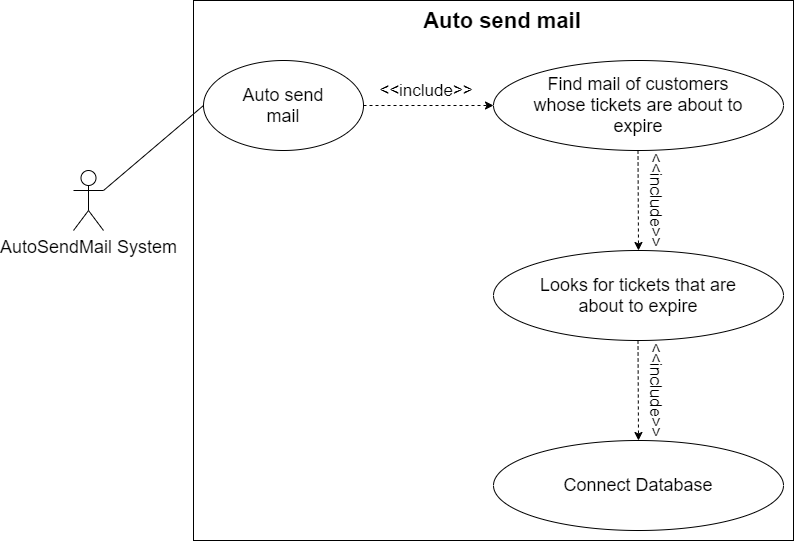
chauluong1995/C0620G1-LuongPhuChau keeps this draw.io diagram as module6/sprint-2/create_details_design/use-case-mail-auto.png. Above is the earlier version. Source tidied: cells renumbered, new cells last; positions are measured from the earlier drawing's top-left corner, leaving out a move shared by most shapes.
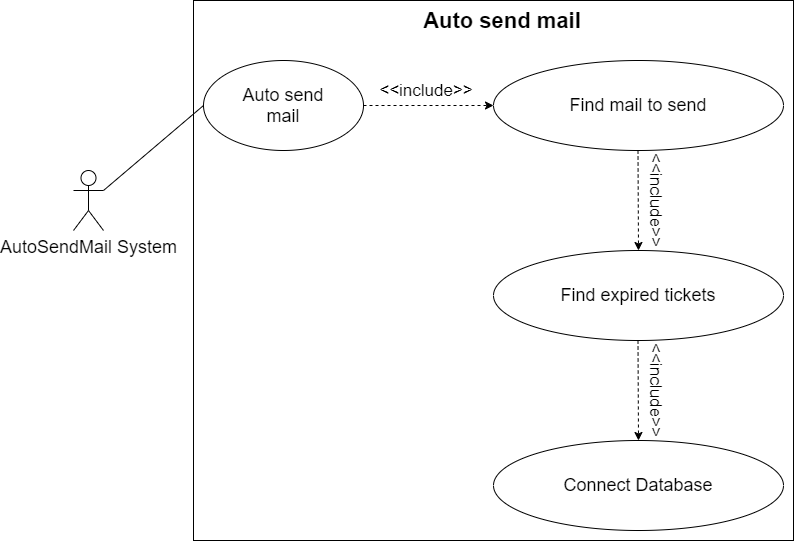
The same file after the commit.

Diff of the diagram source:
```diff
@@ -23,7 +23,7 @@
     <mxCell id="8" value="&lt;font style=&quot;font-size: 18px&quot;&gt;Auto send mail&lt;/font&gt;" style="text;html=1;strokeColor=none;fillColor=none;align=center;verticalAlign=middle;whiteSpace=wrap;rounded=0;" parent="1" vertex="1">
       <mxGeometry x="155" y="95" width="110" height="20" as="geometry" />
     </mxCell>
-    <mxCell id="9" value="&lt;span style=&quot;font-size: 18px&quot;&gt;Looks for tickets that are about to expire&lt;/span&gt;" style="text;html=1;strokeColor=none;fillColor=none;align=center;verticalAlign=middle;whiteSpace=wrap;rounded=0;" parent="1" vertex="1">
+    <mxCell id="9" value="&lt;span style=&quot;font-size: 18px&quot;&gt;Find expired tickets&lt;/span&gt;" style="text;html=1;strokeColor=none;fillColor=none;align=center;verticalAlign=middle;whiteSpace=wrap;rounded=0;" parent="1" vertex="1">
       <mxGeometry x="460" y="285" width="210" height="20" as="geometry" />
     </mxCell>
     <mxCell id="10" style="endArrow=none;html=1;exitX=1;exitY=0.3333333333333333;exitDx=0;exitDy=0;exitPerimeter=0;entryX=0;entryY=0.5;entryDx=0;entryDy=0;" parent="1" edge="1" source="5" target="4">
@@ -32,7 +32,7 @@
     <mxCell id="11" value="&amp;lt;&amp;lt;include&amp;gt;&amp;gt;" style="text;html=1;strokeColor=none;fillColor=none;align=center;verticalAlign=middle;whiteSpace=wrap;rounded=0;" parent="1" vertex="1">
       <mxGeometry x="330" y="80" width="46" height="20" as="geometry" />
     </mxCell>
-    <mxCell id="12" value="&lt;span style=&quot;font-size: 18px&quot;&gt;Find mail of customers whose tickets are about to expire&lt;/span&gt;" style="text;html=1;strokeColor=none;fillColor=none;align=center;verticalAlign=middle;whiteSpace=wrap;rounded=0;" parent="1" vertex="1">
+    <mxCell id="12" value="&lt;font style=&quot;font-size: 18px&quot;&gt;Find mail to send&lt;/font&gt;" style="text;html=1;strokeColor=none;fillColor=none;align=center;verticalAlign=middle;whiteSpace=wrap;rounded=0;" parent="1" vertex="1">
       <mxGeometry x="446.2" y="95" width="237.5" height="20" as="geometry" />
     </mxCell>
     <mxCell id="13" style="endArrow=classic;html=1;dashed=1;entryX=0;entryY=0.5;entryDx=0;entryDy=0;exitX=1;exitY=0.5;exitDx=0;exitDy=0;" parent="1" edge="1" source="4" target="6">
```
